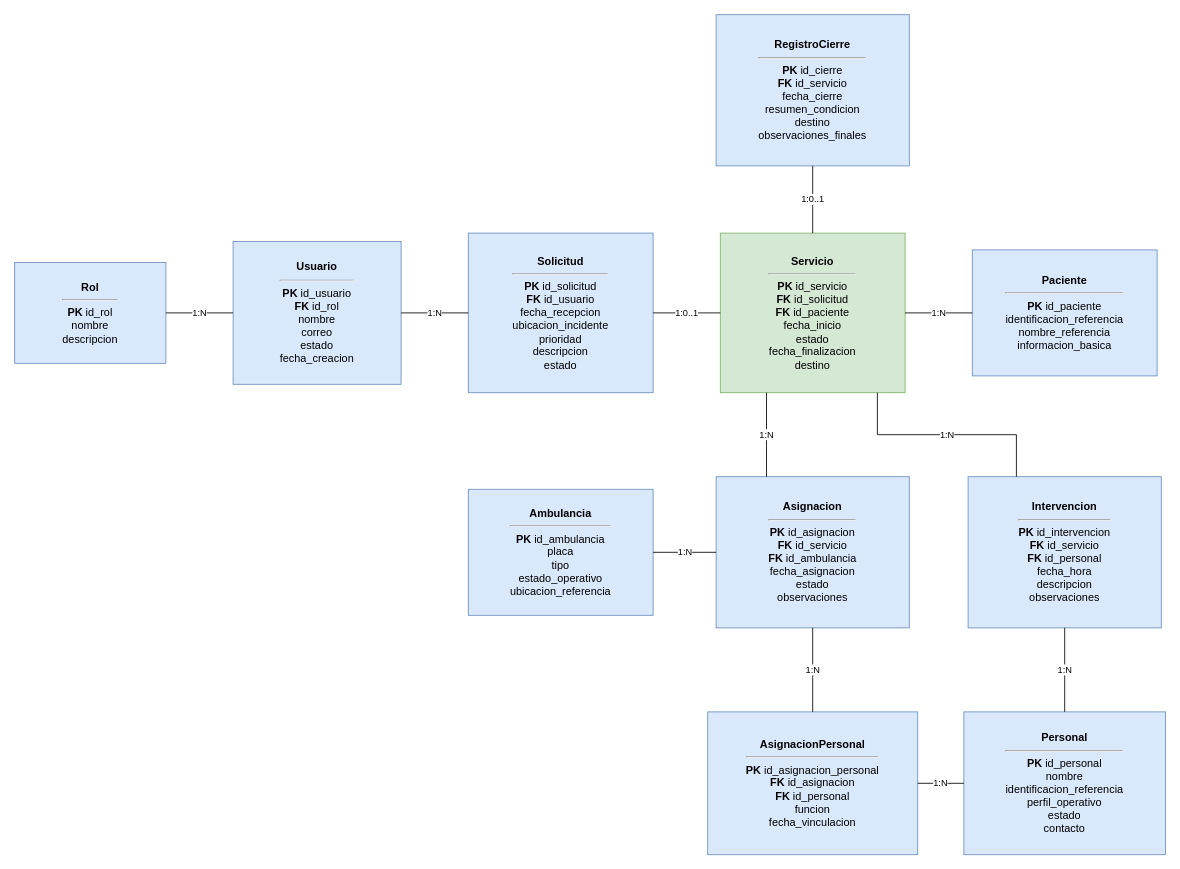
Above: 02-training-project/01-phase/02-planning/06-architecture/04-evidence-learning/G2-P2-diseño-datos/B2-Diagrama-Relacional.drawio in miguel18100/ADSO-3413974 (draw.io), before the change. Source tidied: cells renumbered, new cells numbered last; positions are measured from the earlier drawing's top-left corner, leaving out a move shared by most shapes. Both pictures are drawn from the tidied source at 84%, with x=0, y=0 at pixel (14, 14).
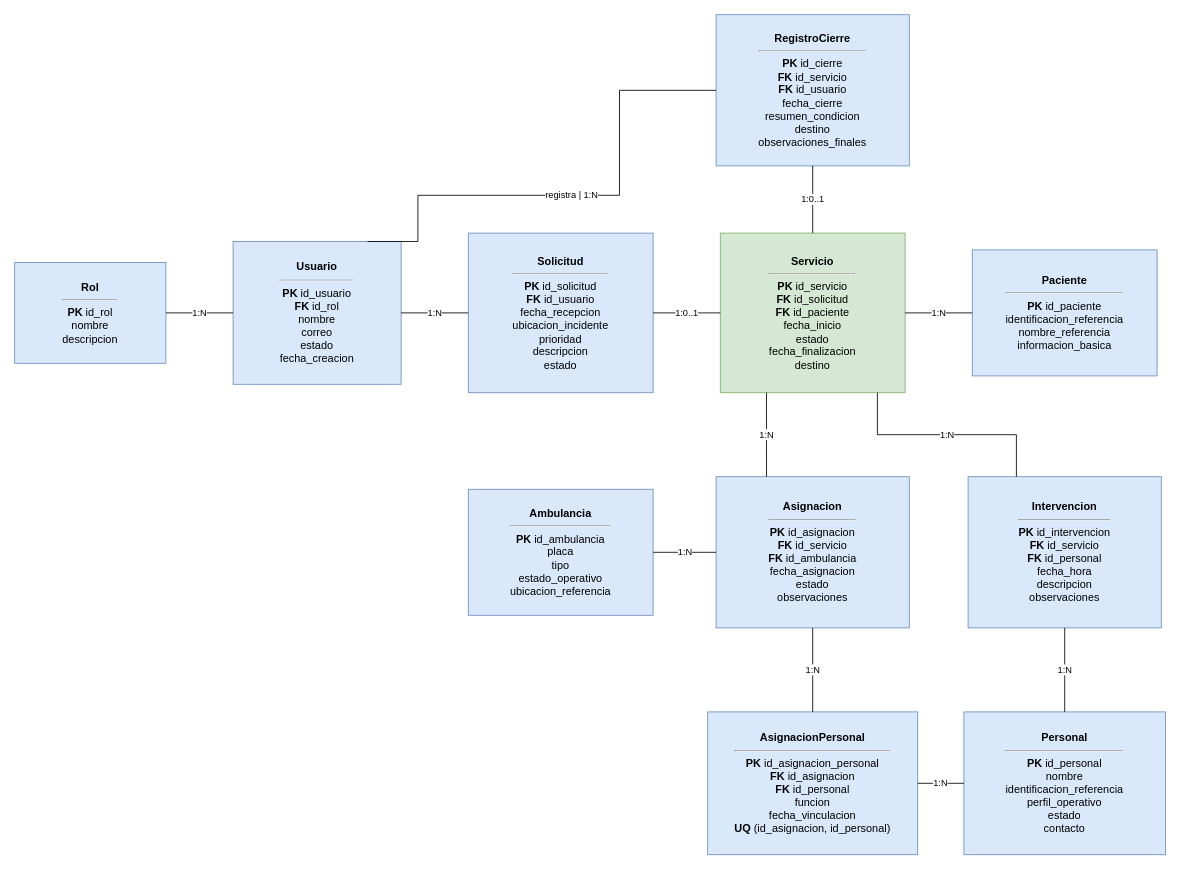
After the change.

The change refers to these unchanged cells:
```xml
<mxCell id="3" value="&lt;b&gt;Usuario&lt;/b&gt;&lt;hr/&gt;&lt;b&gt;PK&lt;/b&gt; id_usuario&lt;br/&gt;&lt;b&gt;FK&lt;/b&gt; id_rol&lt;br/&gt;nombre&lt;br/&gt;correo&lt;br/&gt;estado&lt;br/&gt;fecha_creacion" style="rounded=0;whiteSpace=wrap;html=1;fillColor=#dae8fc;strokeColor=#6c8ebf;fontSize=13;" parent="1" vertex="1">
  <mxGeometry x="260" y="270" width="200" height="170" as="geometry" />
</mxCell>
```

What changed in the source:
```diff
@@
-    <mxCell id="7" value="&lt;b&gt;RegistroCierre&lt;/b&gt;&lt;hr/&gt;&lt;b&gt;PK&lt;/b&gt; id_cierre&lt;br/&gt;&lt;b&gt;FK&lt;/b&gt; id_servicio&lt;br/&gt;fecha_cierre&lt;br/&gt;resumen_condicion&lt;br/&gt;destino&lt;br/&gt;observaciones_finales" style="rounded=0;whiteSpace=wrap;html=1;fillColor=#dae8fc;strokeColor=#6c8ebf;fontSize=13;" parent="1" vertex="1">
+    <mxCell id="7" value="&lt;b&gt;RegistroCierre&lt;/b&gt;&lt;hr/&gt;&lt;b&gt;PK&lt;/b&gt; id_cierre&lt;br/&gt;&lt;b&gt;FK&lt;/b&gt; id_servicio&lt;br/&gt;&lt;b&gt;FK&lt;/b&gt; id_usuario&lt;br/&gt;fecha_cierre&lt;br/&gt;resumen_condicion&lt;br/&gt;destino&lt;br/&gt;observaciones_finales" style="rounded=0;whiteSpace=wrap;html=1;fillColor=#dae8fc;strokeColor=#6c8ebf;fontSize=13;" parent="1" vertex="1">
       <mxGeometry x="835" width="230" height="180" as="geometry" />
     </mxCell>
@@
-    <mxCell id="11" value="&lt;b&gt;AsignacionPersonal&lt;/b&gt;&lt;hr/&gt;&lt;b&gt;PK&lt;/b&gt; id_asignacion_personal&lt;br/&gt;&lt;b&gt;FK&lt;/b&gt; id_asignacion&lt;br/&gt;&lt;b&gt;FK&lt;/b&gt; id_personal&lt;br/&gt;funcion&lt;br/&gt;fecha_vinculacion" style="rounded=0;whiteSpace=wrap;html=1;fillColor=#dae8fc;strokeColor=#6c8ebf;fontSize=13;" parent="1" vertex="1">
+    <mxCell id="11" value="&lt;b&gt;AsignacionPersonal&lt;/b&gt;&lt;hr/&gt;&lt;b&gt;PK&lt;/b&gt; id_asignacion_personal&lt;br/&gt;&lt;b&gt;FK&lt;/b&gt; id_asignacion&lt;br/&gt;&lt;b&gt;FK&lt;/b&gt; id_personal&lt;br/&gt;funcion&lt;br/&gt;fecha_vinculacion&lt;br/&gt;&lt;b&gt;UQ&lt;/b&gt; (id_asignacion, id_personal)" style="rounded=0;whiteSpace=wrap;html=1;fillColor=#dae8fc;strokeColor=#6c8ebf;fontSize=13;" parent="1" vertex="1">
       <mxGeometry x="825" y="830" width="250" height="170" as="geometry" />
     </mxCell>
@@
+    <mxCell id="24" value="registra | 1:N" style="edgeStyle=orthogonalEdgeStyle;rounded=0;html=1;endArrow=none;startArrow=none;labelBackgroundColor=#ffffff;exitX=0.8;exitY=0;entryX=0;entryY=0.5;" parent="1" edge="1" source="3" target="7">
+      <mxGeometry relative="1" as="geometry">
+        <Array as="points">
+          <mxPoint x="480" y="215" />
+          <mxPoint x="720" y="215" />
+          <mxPoint x="720" y="90" />
+        </Array>
+      </mxGeometry>
+    </mxCell>
```
